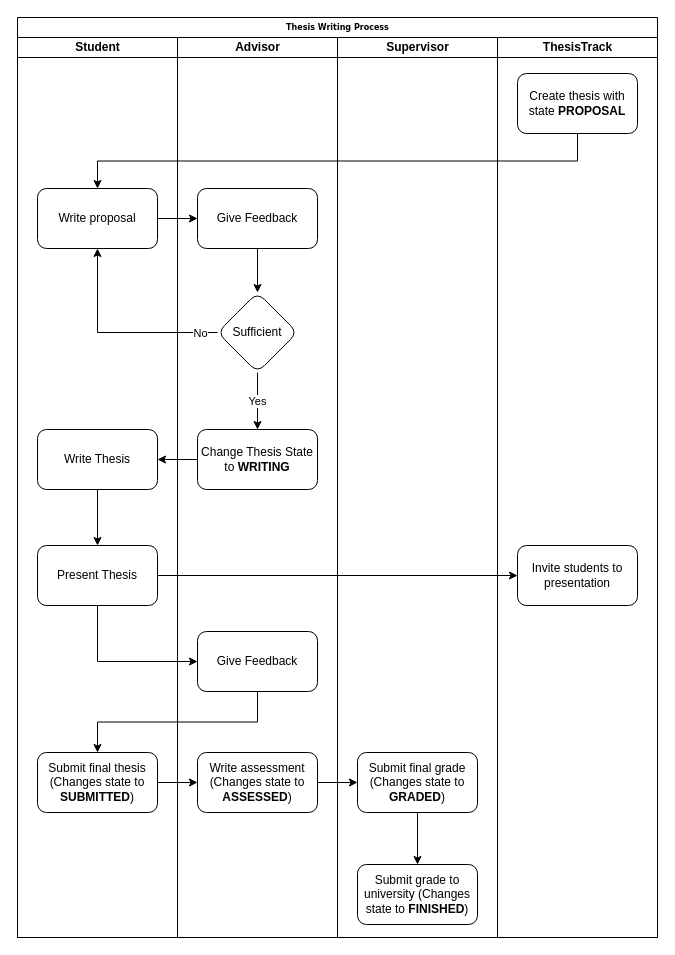
The draw.io diagram thesis-writing-flowchart.drawio in fabian-emilius/bachelor-thesis-charts, before the edit. Source tidied: cells renumbered, new cells numbered last; positions are measured from the earlier drawing's top-left corner, leaving out a move shared by most shapes. Both pictures are drawn from the tidied source at 100%, with x=0, y=0 at pixel (17, 17).
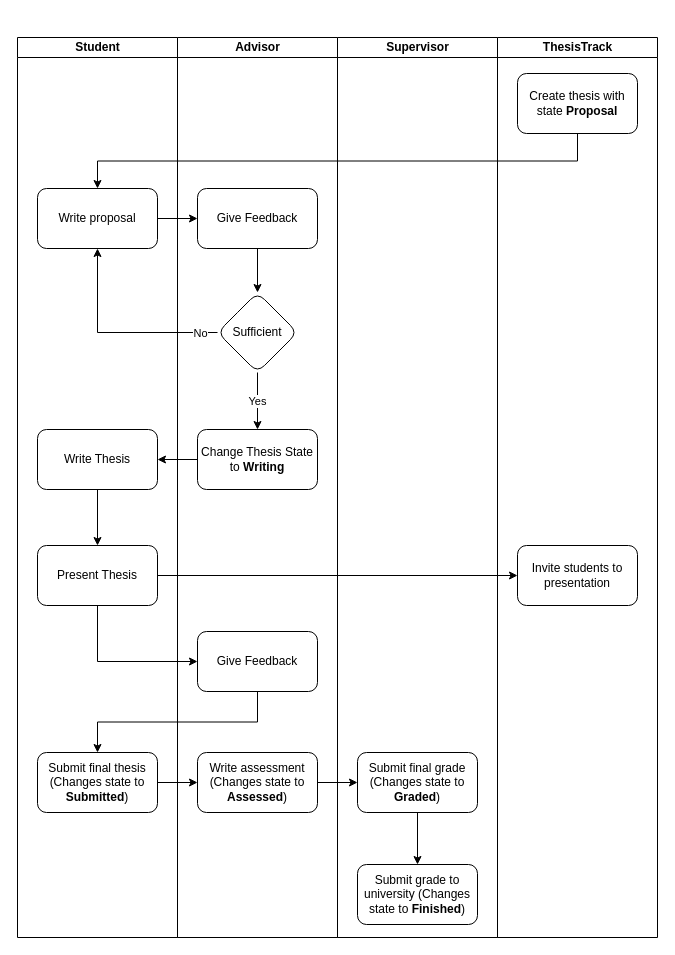
After the change.

The change refers to these unchanged cells:
```xml
<mxCell id="3" value="Student" style="swimlane;html=1;startSize=20;" parent="2" vertex="1">
  <mxGeometry y="20" width="160" height="900" as="geometry" />
</mxCell>
<mxCell id="9" value="Advisor" style="swimlane;html=1;startSize=20;" parent="2" vertex="1">
  <mxGeometry x="160" y="20" width="160" height="900" as="geometry" />
</mxCell>
<mxCell id="17" value="Supervisor" style="swimlane;html=1;startSize=20;" parent="2" vertex="1">
  <mxGeometry x="320" y="20" width="160" height="900" as="geometry" />
</mxCell>
<mxCell id="21" value="ThesisTrack" style="swimlane;html=1;startSize=20;" parent="2" vertex="1">
  <mxGeometry x="480" y="20" width="160" height="900" as="geometry" />
</mxCell>
```

The edit, as a diff of the source:
```diff
@@
-    <mxCell id="2" value="Thesis Writing Process" style="swimlane;html=1;startSize=20;rounded=0;shadow=0;labelBackgroundColor=none;strokeWidth=1;fontFamily=Verdana;fontSize=8;align=center;" parent="1" vertex="1">
+    <mxCell id="2" style="swimlane;html=1;startSize=20;rounded=0;shadow=0;labelBackgroundColor=none;strokeWidth=1;fontFamily=Verdana;fontSize=8;align=center;swimlaneHead=0;swimlaneBody=0;horizontal=1;strokeColor=none;fillColor=none;swimlaneLine=1;" parent="1" vertex="1">
       <mxGeometry width="640" height="920" as="geometry" />
     </mxCell>
@@
-    <mxCell id="8" value="Submit final thesis (Changes state to &lt;b&gt;SUBMITTED&lt;/b&gt;)" style="whiteSpace=wrap;html=1;rounded=1;" parent="3" vertex="1">
+    <mxCell id="8" value="Submit final thesis (Changes state to &lt;b&gt;Submitted&lt;/b&gt;)" style="whiteSpace=wrap;html=1;rounded=1;" parent="3" vertex="1">
       <mxGeometry x="20" y="715" width="120" height="60" as="geometry" />
     </mxCell>
@@
-    <mxCell id="14" value="Change Thesis State to &lt;b&gt;WRITING&lt;/b&gt;" style="whiteSpace=wrap;html=1;rounded=1;" parent="9" vertex="1">
+    <mxCell id="14" value="Change Thesis State to &lt;b&gt;Writing&lt;/b&gt;" style="whiteSpace=wrap;html=1;rounded=1;" parent="9" vertex="1">
       <mxGeometry x="20" y="392" width="120" height="60" as="geometry" />
     </mxCell>
@@
-    <mxCell id="16" value="Write assessment (Changes state to &lt;b&gt;ASSESSED&lt;/b&gt;)" style="whiteSpace=wrap;html=1;rounded=1;" parent="9" vertex="1">
+    <mxCell id="16" value="Write assessment (Changes state to &lt;b&gt;Assessed&lt;/b&gt;)" style="whiteSpace=wrap;html=1;rounded=1;" parent="9" vertex="1">
       <mxGeometry x="20" y="715" width="120" height="60" as="geometry" />
     </mxCell>
@@
-    <mxCell id="19" value="Submit final grade&lt;div&gt;(Changes state to &lt;b&gt;GRADED&lt;/b&gt;)&lt;/div&gt;" style="whiteSpace=wrap;html=1;rounded=1;" parent="17" vertex="1">
+    <mxCell id="19" value="Submit final grade&lt;div&gt;(Changes state to &lt;b&gt;Graded&lt;/b&gt;)&lt;/div&gt;" style="whiteSpace=wrap;html=1;rounded=1;" parent="17" vertex="1">
       <mxGeometry x="20" y="715" width="120" height="60" as="geometry" />
     </mxCell>
-    <mxCell id="20" value="Submit grade to university (Changes state to &lt;b&gt;FINISHED&lt;/b&gt;)" style="whiteSpace=wrap;html=1;rounded=1;" parent="17" vertex="1">
+    <mxCell id="20" value="Submit grade to university (Changes state to &lt;b&gt;Finished&lt;/b&gt;)" style="whiteSpace=wrap;html=1;rounded=1;" parent="17" vertex="1">
       <mxGeometry x="20" y="827" width="120" height="60" as="geometry" />
     </mxCell>
@@
-    <mxCell id="22" value="Create thesis with state &lt;b&gt;PROPOSAL&lt;/b&gt;" style="whiteSpace=wrap;html=1;rounded=1;" parent="21" vertex="1">
+    <mxCell id="22" value="Create thesis with state &lt;b&gt;Proposal&lt;/b&gt;" style="whiteSpace=wrap;html=1;rounded=1;" parent="21" vertex="1">
       <mxGeometry x="20" y="36" width="120" height="60" as="geometry" />
     </mxCell>
```
